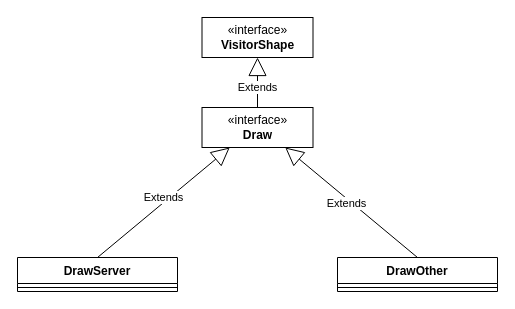
Above: page "Draw" (3 of 6) of C++.drawio in DogtorWho/L3S6_Shapes-Manipulation (draw.io), before the change. Source tidied: cells renumbered, new cells numbered last; positions are measured from the earlier drawing's top-left corner, leaving out a move shared by most shapes. Both pictures are drawn from the tidied source at 100%, with x=0, y=0 at pixel (17, 17).
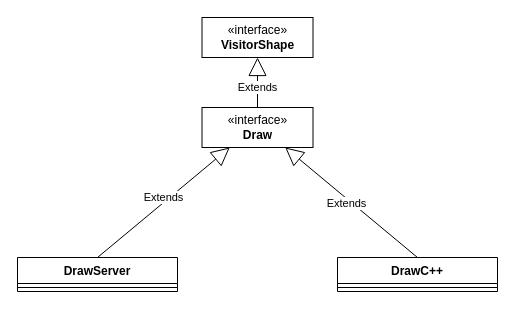
Above is the later version.

Change to the diagram source:
```diff
@@
 <mxGraphModel>
   <root>
     <mxCell id="0" />
     <mxCell id="1" parent="0" />
     <mxCell id="2" value="DrawServer" style="swimlane;fontStyle=1;align=center;verticalAlign=top;horizontal=1;startSize=26;" parent="1" vertex="1">
       <mxGeometry y="240" width="160" height="34" as="geometry" />
     </mxCell>
     <mxCell id="3" style="line;strokeWidth=1;fillColor=none;align=left;verticalAlign=middle;spacingTop=-1;spacingLeft=3;spacingRight=3;labelPosition=right;" parent="2" vertex="1">
       <mxGeometry y="26" width="160" height="8" as="geometry" />
     </mxCell>
-    <mxCell id="4" value="DrawOther" style="swimlane;fontStyle=1;align=center;verticalAlign=top;horizontal=1;startSize=26;" parent="1" vertex="1">
+    <mxCell id="4" value="DrawC++" style="swimlane;fontStyle=1;align=center;verticalAlign=top;horizontal=1;startSize=26;" parent="1" vertex="1">
       <mxGeometry x="320" y="240" width="160" height="34" as="geometry" />
     </mxCell>
     <mxCell id="5" style="line;strokeWidth=1;fillColor=none;align=left;verticalAlign=middle;spacingTop=-1;spacingLeft=3;spacingRight=3;labelPosition=right;" parent="4" vertex="1">
       <mxGeometry y="26" width="160" height="8" as="geometry" />
     </mxCell>
     <mxCell id="6" value="&lt;div&gt;«interface»&lt;/div&gt;&lt;div&gt;&lt;b&gt;VisitorShape&lt;/b&gt;&lt;br&gt;&lt;/div&gt;" style="html=1;" parent="1" vertex="1">
       <mxGeometry x="184.5" width="111" height="40" as="geometry" />
     </mxCell>
     <mxCell id="7" value="&lt;div&gt;«interface»&lt;/div&gt;&lt;div&gt;&lt;b&gt;Draw&lt;/b&gt;&lt;br&gt;&lt;/div&gt;" style="html=1;" parent="1" vertex="1">
       <mxGeometry x="184.5" y="90" width="111" height="40" as="geometry" />
     </mxCell>
     <mxCell id="8" value="Extends" style="endArrow=block;endSize=16;endFill=0;html=1;entryX=0.25;entryY=1;entryDx=0;entryDy=0;exitX=0.5;exitY=0;exitDx=0;exitDy=0;" parent="1" edge="1" source="2" target="7">
       <mxGeometry x="0.04" y="4" relative="1" as="geometry" />
     </mxCell>
     <mxCell id="9" value="Extends" style="endArrow=block;endSize=16;endFill=0;html=1;entryX=0.75;entryY=1;entryDx=0;entryDy=0;exitX=0.5;exitY=0;exitDx=0;exitDy=0;" parent="1" edge="1" source="4" target="7">
       <mxGeometry x="0.04" y="4" relative="1" as="geometry" />
     </mxCell>
     <mxCell id="10" value="Extends" style="endArrow=block;endSize=16;endFill=0;html=1;entryX=0.5;entryY=1;entryDx=0;entryDy=0;exitX=0.5;exitY=0;exitDx=0;exitDy=0;" parent="1" edge="1" source="7" target="6">
       <mxGeometry x="-0.2" relative="1" as="geometry" />
     </mxCell>
   </root>
 </mxGraphModel>
```
